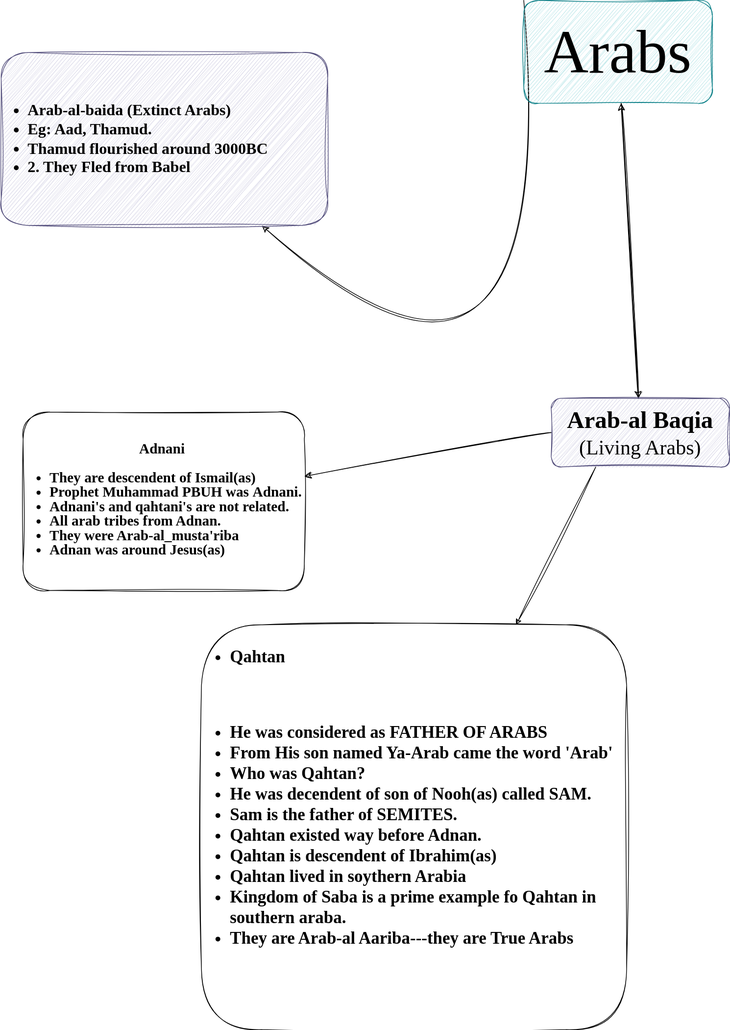
Earlier version of the draw.io export Untitled Diagram.drawio.svg (Hamisoptimistic/Hamisoptimistic). Source tidied: cells renumbered, new cells last; positions are measured from the earlier drawing's top-left corner, leaving out a move shared by most shapes.
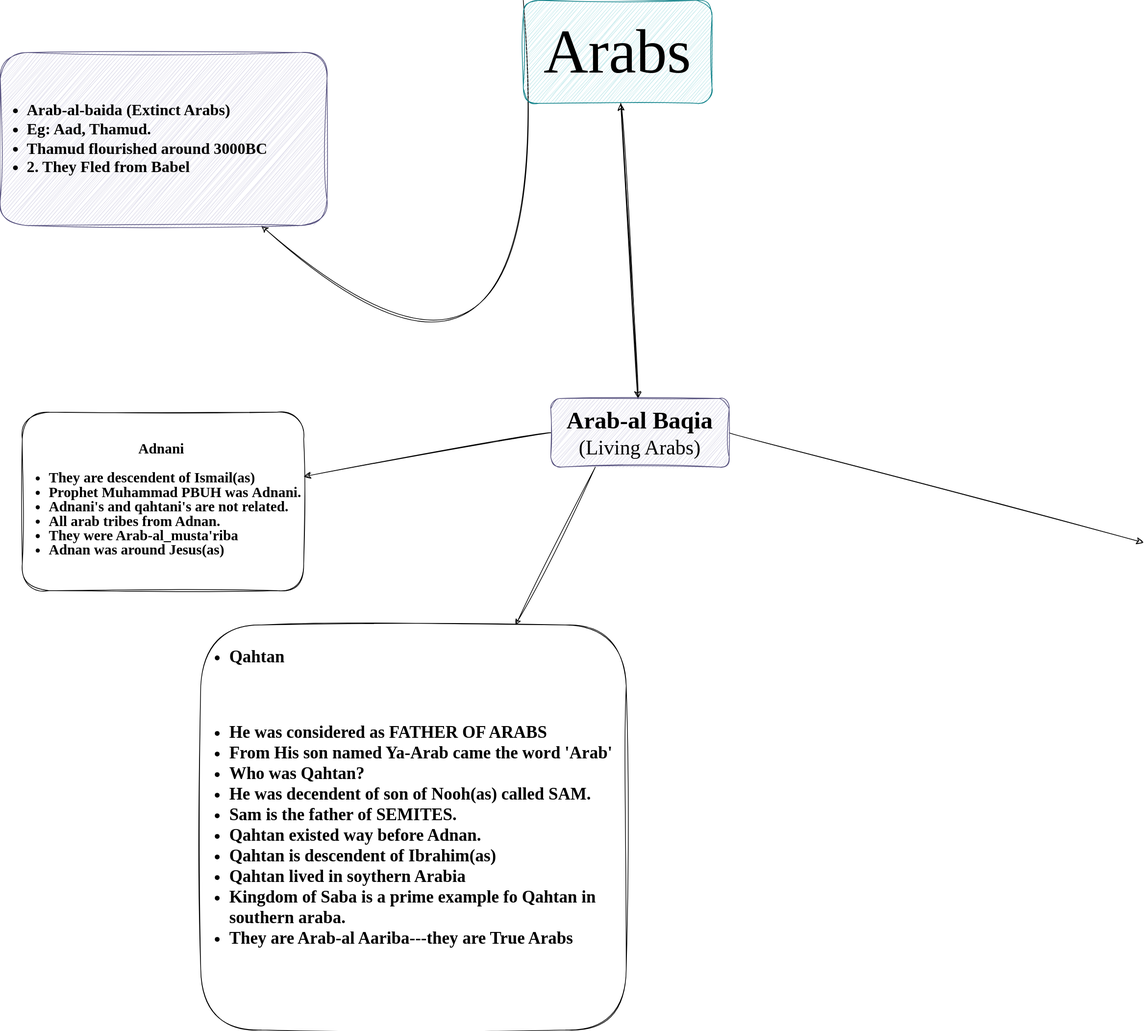
The same file after the commit.

Change to the diagram source:
```diff
@@ -24,6 +24,11 @@
     <mxCell id="7" style="edgeStyle=none;rounded=1;hachureGap=4;jettySize=auto;html=1;exitX=0.25;exitY=1;exitDx=0;exitDy=0;fontFamily=Architects Daughter;fontSource=https%3A%2F%2Ffonts.googleapis.com%2Fcss%3Ffamily%3DArchitects%2BDaughter;fontSize=16;sketch=1;curveFitting=1;jiggle=2;" parent="1" edge="1" source="8" target="11">
       <mxGeometry relative="1" as="geometry" />
     </mxCell>
+    <mxCell id="12" style="edgeStyle=none;curved=1;rounded=0;sketch=1;hachureGap=4;jiggle=2;curveFitting=1;jettySize=auto;html=1;exitX=1;exitY=0.5;exitDx=0;exitDy=0;fontFamily=Architects Daughter;fontSource=https%3A%2F%2Ffonts.googleapis.com%2Fcss%3Ffamily%3DArchitects%2BDaughter;fontSize=16;startSize=8;endSize=8;" parent="1" edge="1" source="8">
+      <mxGeometry relative="1" as="geometry">
+        <mxPoint x="1666" y="790" as="targetPoint" />
+      </mxGeometry>
+    </mxCell>
     <mxCell id="8" value="&lt;b style=&quot;font-size: 35px;&quot;&gt;Arab-al Baqia&lt;br style=&quot;&quot;&gt;&lt;/b&gt;(Living Arabs)" style="rounded=1;whiteSpace=wrap;html=1;hachureGap=4;fontFamily=Architects Daughter;fontSource=https%3A%2F%2Ffonts.googleapis.com%2Fcss%3Ffamily%3DArchitects%2BDaughter;fontSize=30;spacing=-1;labelBackgroundColor=none;sketch=1;curveFitting=1;jiggle=2;fillColor=#d0cee2;strokeColor=#56517e;" parent="1" vertex="1">
       <mxGeometry x="802" y="580" width="260" height="100" as="geometry" />
     </mxCell>
```
